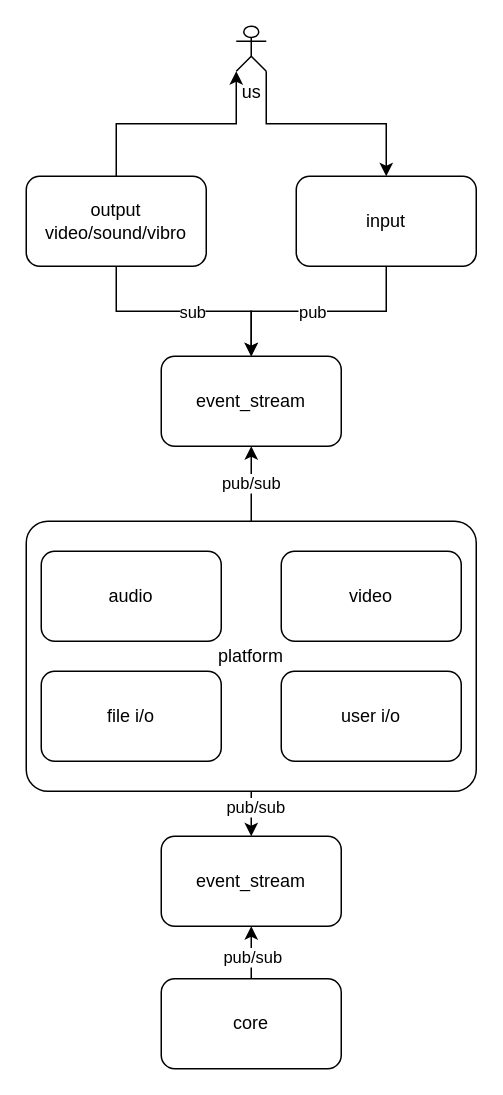
Above: scheme.drawio in lambdadelta34/the_game (draw.io), before the change. Source tidied: cells renumbered, new cells numbered last; positions are measured from the earlier drawing's top-left corner, leaving out a move shared by most shapes. Both pictures are drawn from the tidied source at 150%, with x=0, y=0 at pixel (26, 26).
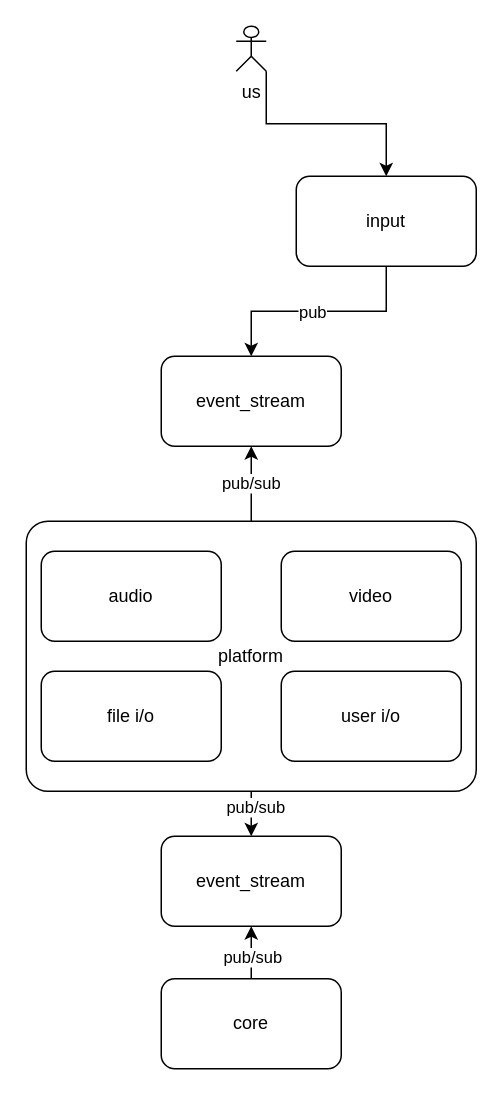
Above is the later version.

The change refers to these unchanged cells:
```xml
<mxCell id="11" value="us" style="shape=umlActor;verticalLabelPosition=bottom;verticalAlign=top;html=1;outlineConnect=0;" parent="1" vertex="1">
  <mxGeometry x="140" width="20" height="30" as="geometry" />
</mxCell>
<mxCell id="24" value="event_stream" style="rounded=1;whiteSpace=wrap;html=1;" parent="1" vertex="1">
  <mxGeometry x="90" y="220" width="120" height="60" as="geometry" />
</mxCell>
```

The edit, as a diff of the source:
```diff
@@
-    <mxCell id="15" style="edgeStyle=orthogonalEdgeStyle;rounded=0;jettySize=auto;html=1;exitX=0.5;exitY=0;exitDx=0;exitDy=0;entryX=0;entryY=1;entryDx=0;entryDy=0;entryPerimeter=0;" parent="1" edge="1" source="18" target="11">
-      <mxGeometry relative="1" as="geometry" />
-    </mxCell>
-    <mxCell id="16" style="edgeStyle=orthogonalEdgeStyle;rounded=0;jettySize=auto;html=1;exitX=0.5;exitY=1;exitDx=0;exitDy=0;entryX=0.5;entryY=0;entryDx=0;entryDy=0;" parent="1" edge="1" source="18" target="24">
-      <mxGeometry relative="1" as="geometry" />
-    </mxCell>
-    <mxCell id="17" value="sub" style="edgeLabel;html=1;align=center;verticalAlign=middle;" parent="16" vertex="1">
-      <mxGeometry x="-0.68" y="5" relative="1" as="geometry">
-        <mxPoint x="45" y="6" as="offset" />
-      </mxGeometry>
-    </mxCell>
-    <mxCell id="18" value="output&lt;br&gt;video/sound/vibro" style="rounded=1;whiteSpace=wrap;html=1;" parent="1" vertex="1">
-      <mxGeometry y="100" width="120" height="60" as="geometry" />
-    </mxCell>
```
